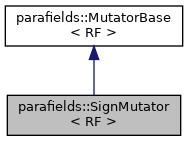
This is a01049.png from parafields/parafields-core, a Graphviz export, as it was before one commit. Its source is kept beside it as a01049.dot.
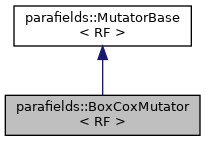
After the change.

What changed in the source:
```diff
@@ -1,8 +1,8 @@
-digraph "parafields::SignMutator&lt; RF &gt;"
+digraph "parafields::BoxCoxMutator&lt; RF &gt;"
 {
   edge [fontname="Helvetica",fontsize="10",labelfontname="Helvetica",labelfontsize="10"];
   node [fontname="Helvetica",fontsize="10",shape=record];
-  Node1 [label="parafields::SignMutator\l\< RF \>",height=0.2,width=0.4,color="black", fillcolor="grey75", style="filled", fontcolor="black",tooltip="Replaces value with its sign (-1 for negative, +1 for nonnegative)"];
+  Node1 [label="parafields::BoxCoxMutator\l\< RF \>",height=0.2,width=0.4,color="black", fillcolor="grey75", style="filled", fontcolor="black",tooltip="Applies the Box-Cox transformation to the data values."];
   Node2 -> Node1 [dir="back",color="midnightblue",fontsize="10",style="solid",fontname="Helvetica"];
-  Node2 [label="parafields::MutatorBase\l\< RF \>",height=0.2,width=0.4,color="black", fillcolor="white", style="filled",URL="$a01034.html",tooltip="Abstract base class for value transformations."];
+  Node2 [label="parafields::MutatorBase\l\< RF \>",height=0.2,width=0.4,color="black", fillcolor="white", style="filled",URL="$a01030.html",tooltip="Abstract base class for value transformations."];
 }
```
